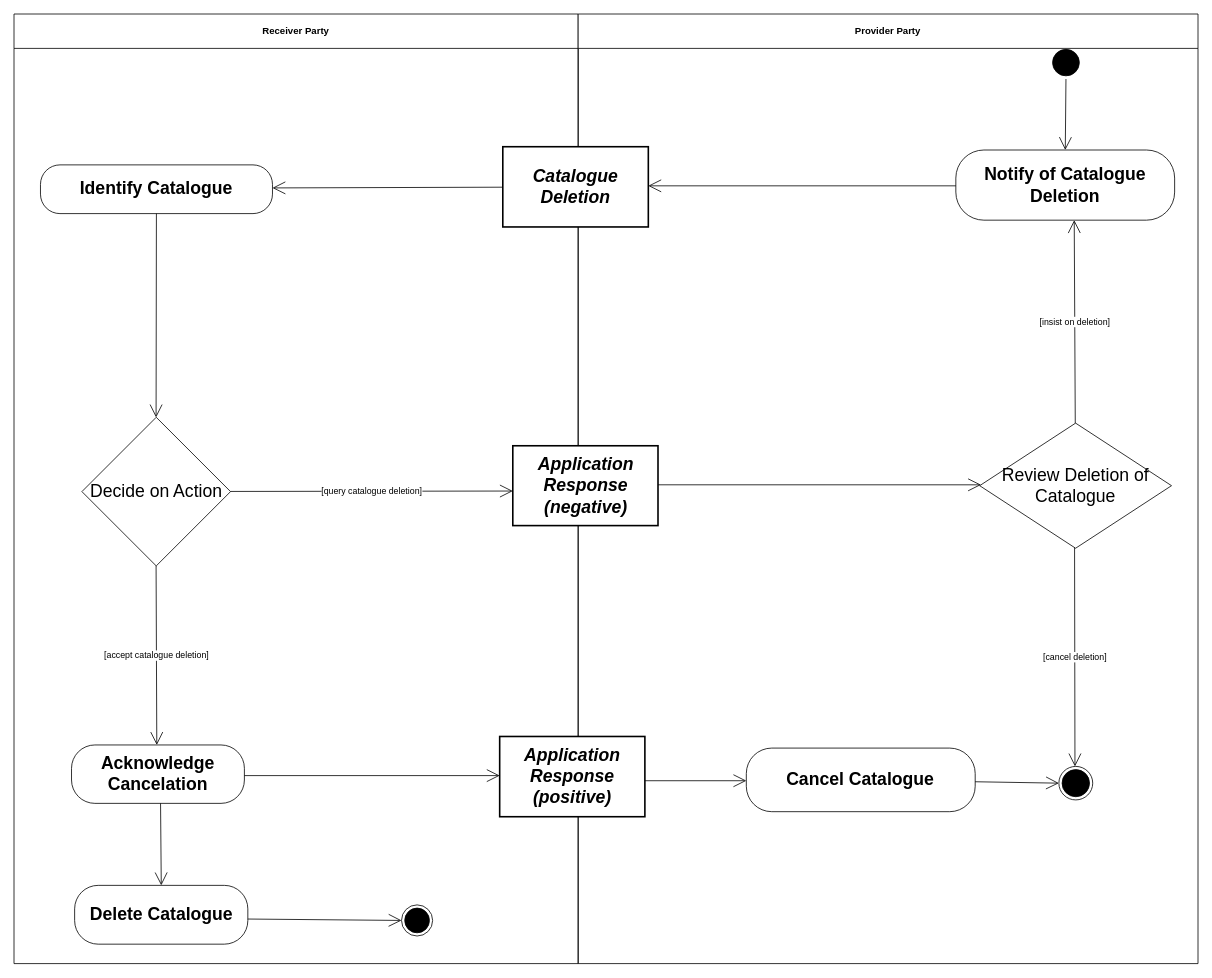
The draw.io diagram diagrams/UBL-2.0-DeleteCatalogueProcess/UBL-2.0-DeleteCatalogueProcess.drawio in kduvekot/ubl-work-on-svg-images, before the edit. Source tidied: cells renumbered, new cells numbered last; positions are measured from the earlier drawing's top-left corner, leaving out a move shared by most shapes. Both pictures are drawn from the tidied source at 80%, with x=0, y=0 at pixel (14, 14).
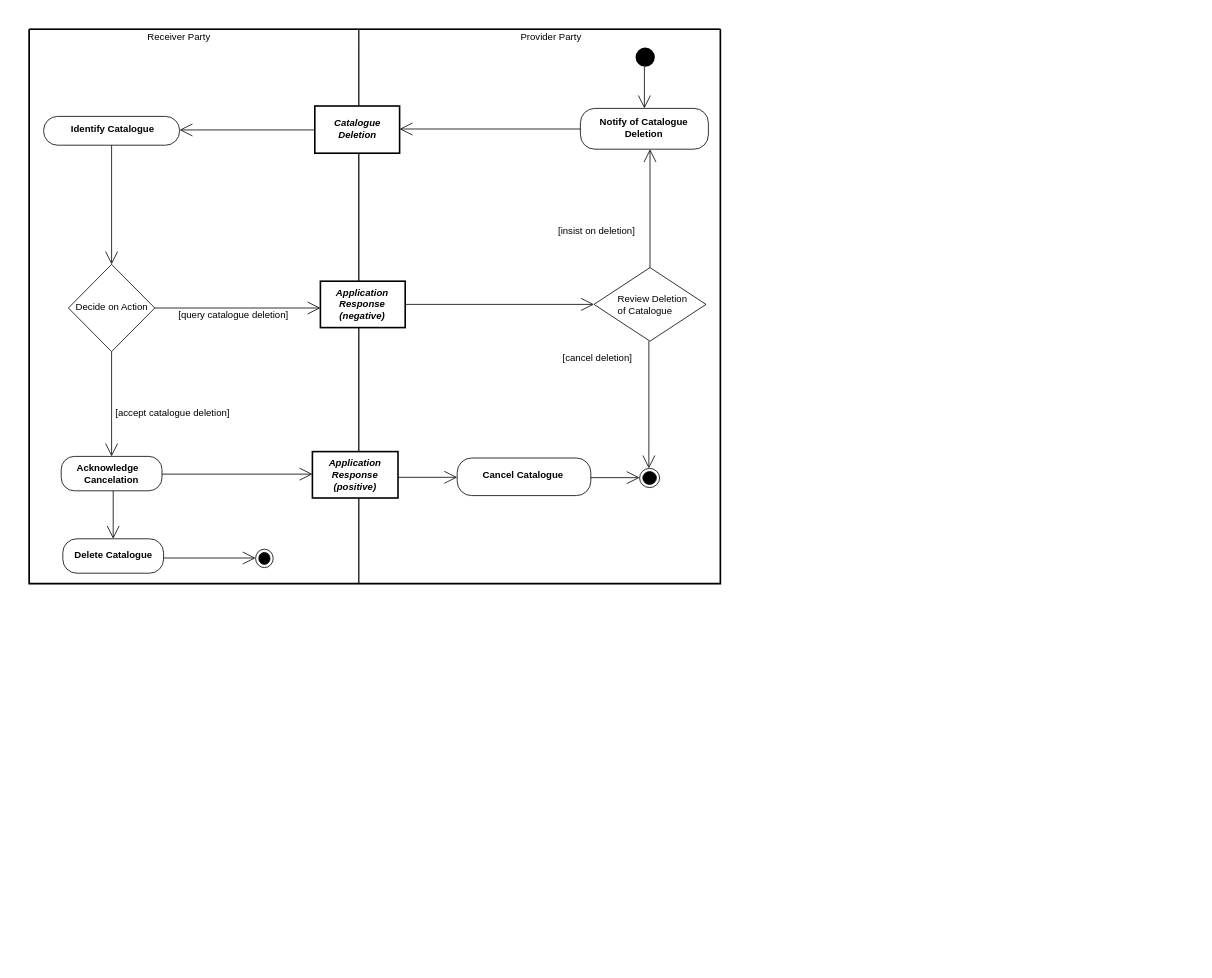
Above is the later version.

Change to the diagram source:
```diff
@@
+    <mxCell id="31" style="swimlane;html=1;startSize=0;whiteSpace=wrap;fillColor=none;strokeWidth=2;" parent="1" vertex="1">
+      <mxGeometry x="19" y="19" width="864" height="693" as="geometry" />
+    </mxCell>
-    <mxCell id="2" value="Receiver Party" style="swimlane;whiteSpace=wrap;html=1;startSize=43;" parent="1" vertex="1">
-      <mxGeometry width="705.2" height="1187" as="geometry" />
+    <mxCell id="2" value="Receiver Party" style="swimlane;horizontal=1;startSize=20;swimlaneLine=0;html=1;fillColor=none;fontSize=12;fontStyle=0;spacing=0;spacingRight=38;" parent="31" vertex="1">
+      <mxGeometry width="412" height="693" as="geometry" />
     </mxCell>
-    <mxCell id="3" value="Provider Party" style="swimlane;whiteSpace=wrap;html=1;startSize=43;" parent="1" vertex="1">
-      <mxGeometry x="705.2" width="774.8" height="1187" as="geometry" />
+    <mxCell id="3" value="Provider Party" style="swimlane;horizontal=1;startSize=20;swimlaneLine=0;html=1;fillColor=none;fontSize=12;fontStyle=0;spacing=0;spacingLeft=28;" parent="31" vertex="1">
+      <mxGeometry x="412" width="452" height="693" as="geometry" />
     </mxCell>
-    <mxCell id="4" style="ellipse;html=1;shape=startState;fillColor=#000000;strokeColor=#000000;fontFamily=Helvetica;fontSize=22;" parent="1" vertex="1">
-      <mxGeometry x="1294.2" y="40.2" width="41.5" height="41.1" as="geometry" />
+    <mxCell id="4" style="ellipse;shape=startState;fillColor=#000000;strokeColor=none;html=1;" parent="3" vertex="1">
+      <mxGeometry x="342" y="19" width="32" height="32" as="geometry" />
     </mxCell>
-    <mxCell id="5" value="Catalogue Deletion" style="rounded=0;whiteSpace=wrap;html=1;fontStyle=3;strokeWidth=2;fontFamily=Helvetica;fontSize=22;" parent="1" vertex="1">
-      <mxGeometry x="611" y="165.9" width="181.9" height="100.3" as="geometry" />
+    <mxCell id="5" value="Catalogue&lt;br&gt;Deletion" style="rounded=0;html=1;whiteSpace=nowrap;fontSize=12;fontStyle=3;align=center;verticalAlign=middle;spacing=0;spacingBottom=2;strokeWidth=2;" parent="3" vertex="1">
+      <mxGeometry x="-55" y="96" width="106" height="59" as="geometry" />
     </mxCell>
-    <mxCell id="6" value="Notify of Catalogue Deletion" style="rounded=1;arcSize=40;whiteSpace=wrap;html=1;fontStyle=1;fontFamily=Helvetica;fontSize=22;" parent="1" vertex="1">
-      <mxGeometry x="1177.3" y="170" width="273.5" height="87.7" as="geometry" />
+    <mxCell id="6" value="Notify of Catalogue&lt;br&gt;Deletion" style="rounded=1;absoluteArcSize=1;arcSize=36;html=1;whiteSpace=nowrap;fontSize=12;fontStyle=1;align=center;verticalAlign=middle;spacing=0;spacingRight=2;spacingBottom=4;" parent="3" vertex="1">
+      <mxGeometry x="277" y="99" width="160" height="51" as="geometry" />
     </mxCell>
-    <mxCell id="7" value="Identify Catalogue" style="rounded=1;arcSize=40;whiteSpace=wrap;html=1;fontStyle=1;fontFamily=Helvetica;fontSize=22;" parent="1" vertex="1">
-      <mxGeometry x="33.1" y="188.6" width="290" height="60.9" as="geometry" />
+    <mxCell id="7" value="Identify Catalogue" style="rounded=1;absoluteArcSize=1;arcSize=35;html=1;whiteSpace=nowrap;fontSize=12;fontStyle=1;align=center;verticalAlign=middle;spacing=0;spacingLeft=1;spacingBottom=4;" parent="2" vertex="1">
+      <mxGeometry x="18" y="109" width="170" height="36" as="geometry" />
     </mxCell>
-    <mxCell id="8" value="Decide on Action" style="rhombus;whiteSpace=wrap;html=1;fontFamily=Helvetica;fontSize=22;" parent="1" vertex="1">
-      <mxGeometry x="84.9" y="504.1" width="185.8" height="185.8" as="geometry" />
+    <mxCell id="8" value="Decide on Action" style="rhombus;html=1;whiteSpace=nowrap;fontSize=12;fontStyle=0;align=center;verticalAlign=middle;spacing=0;spacingBottom=3;" parent="2" vertex="1">
+      <mxGeometry x="49" y="294" width="108" height="109" as="geometry" />
     </mxCell>
-    <mxCell id="9" value="Review Deletion of Catalogue" style="rhombus;whiteSpace=wrap;html=1;fontFamily=Helvetica;fontSize=22;" parent="1" vertex="1">
-      <mxGeometry x="1207.1" y="511.4" width="239.8" height="156.4" as="geometry" />
+    <mxCell id="9" value="Review Deletion&lt;br&gt;of Catalogue" style="rhombus;html=1;whiteSpace=nowrap;fontSize=12;fontStyle=0;align=left;verticalAlign=middle;spacing=0;spacingLeft=30;spacingBottom=1;" parent="3" vertex="1">
+      <mxGeometry x="294" y="298" width="140" height="92" as="geometry" />
     </mxCell>
-    <mxCell id="10" value="Application Response (negative)" style="rounded=0;whiteSpace=wrap;html=1;fontStyle=3;strokeWidth=2;fontFamily=Helvetica;fontSize=22;" parent="1" vertex="1">
-      <mxGeometry x="623.5" y="539.7" width="181.5" height="99.8" as="geometry" />
+    <mxCell id="10" value="Application&lt;br&gt;Response&lt;br&gt;(negative)" style="rounded=0;html=1;whiteSpace=nowrap;fontSize=12;fontStyle=3;align=center;verticalAlign=middle;spacing=0;spacingRight=2;strokeWidth=2;" parent="3" vertex="1">
+      <mxGeometry x="-48" y="315" width="106" height="58" as="geometry" />
     </mxCell>
-    <mxCell id="11" value="Application Response (positive)" style="rounded=0;whiteSpace=wrap;html=1;fontStyle=3;strokeWidth=2;fontFamily=Helvetica;fontSize=22;" parent="1" vertex="1">
-      <mxGeometry x="607.1" y="903.1" width="181.5" height="100.3" as="geometry" />
+    <mxCell id="11" value="Application&lt;br&gt;Response&lt;br&gt;(positive)" style="rounded=0;html=1;whiteSpace=nowrap;fontSize=12;fontStyle=3;align=center;verticalAlign=middle;spacing=0;spacingRight=2;spacingBottom=1;strokeWidth=2;" parent="3" vertex="1">
+      <mxGeometry x="-58" y="528" width="107" height="58" as="geometry" />
     </mxCell>
-    <mxCell id="12" value="Acknowledge Cancelation" style="rounded=1;arcSize=40;whiteSpace=wrap;html=1;fontStyle=1;fontFamily=Helvetica;fontSize=22;" parent="1" vertex="1">
-      <mxGeometry x="71.9" y="913.7" width="216.1" height="73" as="geometry" />
+    <mxCell id="12" value="Acknowledge&lt;br&gt;Cancelation" style="rounded=1;absoluteArcSize=1;arcSize=33;html=1;whiteSpace=nowrap;fontSize=12;fontStyle=1;align=right;verticalAlign=middle;spacing=0;spacingRight=30;" parent="2" vertex="1">
+      <mxGeometry x="40" y="534" width="126" height="43" as="geometry" />
     </mxCell>
-    <mxCell id="13" value="Cancel Catalogue" style="rounded=1;arcSize=40;whiteSpace=wrap;html=1;fontStyle=1;fontFamily=Helvetica;fontSize=22;" parent="1" vertex="1">
-      <mxGeometry x="915.4" y="917.6" width="286.1" height="79.5" as="geometry" />
+    <mxCell id="13" value="Cancel Catalogue" style="rounded=1;absoluteArcSize=1;arcSize=36;html=1;whiteSpace=nowrap;fontSize=12;fontStyle=1;align=center;verticalAlign=middle;spacing=0;spacingRight=3;spacingBottom=4;" parent="3" vertex="1">
+      <mxGeometry x="123" y="536" width="167" height="47" as="geometry" />
     </mxCell>
-    <mxCell id="14" style="ellipse;html=1;shape=endState;fillColor=#000000;strokeColor=#000000;fontFamily=Helvetica;fontSize=22;" parent="1" vertex="1">
-      <mxGeometry x="1306.1" y="940.5" width="42.3" height="41.9" as="geometry" />
+    <mxCell id="14" style="ellipse;shape=endState;fillColor=#000000;html=1;" parent="3" vertex="1">
+      <mxGeometry x="351" y="549" width="25" height="24" as="geometry" />
     </mxCell>
-    <mxCell id="15" value="Delete Catalogue" style="rounded=1;arcSize=40;whiteSpace=wrap;html=1;fontStyle=1;fontFamily=Helvetica;fontSize=22;" parent="1" vertex="1">
-      <mxGeometry x="75.8" y="1089.2" width="216.5" height="73.5" as="geometry" />
+    <mxCell id="15" value="Delete Catalogue" style="rounded=1;absoluteArcSize=1;arcSize=35;html=1;whiteSpace=nowrap;fontSize=12;fontStyle=1;align=center;verticalAlign=middle;spacing=0;spacingRight=1;spacingBottom=2;" parent="2" vertex="1">
+      <mxGeometry x="42" y="637" width="126" height="43" as="geometry" />
     </mxCell>
-    <mxCell id="16" style="ellipse;html=1;shape=endState;fillColor=#000000;strokeColor=#000000;fontFamily=Helvetica;fontSize=22;" parent="1" vertex="1">
-      <mxGeometry x="484.4" y="1113.6" width="38.9" height="38.9" as="geometry" />
+    <mxCell id="16" style="ellipse;shape=endState;fillColor=#000000;html=1;" parent="2" vertex="1">
+      <mxGeometry x="283" y="650" width="22" height="23" as="geometry" />
     </mxCell>
-    <mxCell id="17" style="edgeStyle=none;rounded=0;html=1;endArrow=open;endFill=0;endSize=14;exitX=0.4795;exitY=1.0;entryX=0.5002;entryY=0.0;" parent="1" edge="1" source="4" target="6">
+    <mxCell id="17" style="edgeStyle=none;rounded=0;html=1;endArrow=open;endFill=0;endSize=14;exitPerimeter=0;entryX=0.5;entryY=0;entryPerimeter=0;exitX=0.46875;exitY=0.875;" parent="3" edge="1" source="4" target="6">
       <mxGeometry relative="1" as="geometry" />
     </mxCell>
-    <mxCell id="18" style="edgeStyle=none;rounded=0;html=1;endArrow=open;endFill=0;endSize=14;exitX=0.0;exitY=0.5108;entryX=1.0;entryY=0.4875;" parent="1" edge="1" source="6" target="5">
+    <mxCell id="18" style="edgeStyle=none;rounded=0;html=1;endArrow=open;endFill=0;endSize=14;exitPerimeter=0;entryX=1;entryY=0.4872;entryPerimeter=0;exitX=0;exitY=0.5048;" parent="3" edge="1" source="6" target="5">
       <mxGeometry relative="1" as="geometry" />
     </mxCell>
-    <mxCell id="19" style="edgeStyle=none;rounded=0;html=1;endArrow=open;endFill=0;endSize=14;exitX=0.0;exitY=0.5045;entryX=1.0;entryY=0.4729;" parent="1" edge="1" source="5" target="7">
+    <mxCell id="19" style="edgeStyle=none;rounded=0;html=1;endArrow=open;endFill=0;endSize=14;exitPerimeter=0;entryX=1;entryY=0.4706;entryPerimeter=0;exitX=0;exitY=0.507485;" parent="31" edge="1" source="5" target="7">
       <mxGeometry relative="1" as="geometry" />
     </mxCell>
-    <mxCell id="20" style="edgeStyle=none;rounded=0;html=1;endArrow=open;endFill=0;endSize=14;exitX=0.4997;exitY=1.0;entryX=0.4989;entryY=0.0;" parent="1" edge="1" source="7" target="8">
+    <mxCell id="20" style="edgeStyle=none;rounded=0;html=1;endArrow=open;endFill=0;endSize=14;exitX=0.5;exitY=1;exitPerimeter=0;entryX=0.5;entryY=0;entryPerimeter=0;" parent="2" edge="1" source="7" target="8">
       <mxGeometry relative="1" as="geometry" />
     </mxCell>
-    <mxCell id="21" value="[insist on deletion]" style="edgeStyle=none;rounded=0;html=1;endArrow=open;endFill=0;endSize=14;exitX=0.4983;exitY=0.0;entryX=0.5411;entryY=1.0;" parent="1" edge="1" source="9" target="6">
-      <mxGeometry relative="1" as="geometry" />
+    <mxCell id="21" value="[insist on deletion]" style="edgeStyle=none;rounded=0;html=1;endArrow=open;endFill=0;endSize=14;exitX=0.5;exitY=0;exitPerimeter=0;entryPerimeter=0;fontSize=12;fontStyle=0;align=center;verticalAlign=middle;labelBackgroundColor=none;entryX=0.54375;entryY=1;" parent="3" edge="1" source="9" target="6">
+      <mxGeometry x="-0.39" relative="1" as="geometry">
+        <mxPoint x="-67" as="offset" />
+      </mxGeometry>
     </mxCell>
-    <mxCell id="22" style="edgeStyle=none;rounded=0;html=1;endArrow=open;endFill=0;endSize=14;exitX=1.0;exitY=0.489;entryX=0.0;entryY=0.493;" parent="1" edge="1" source="10" target="9">
+    <mxCell id="22" style="edgeStyle=none;rounded=0;html=1;endArrow=open;endFill=0;endSize=14;exitX=1;exitY=0.5;exitPerimeter=0;entryX=0;entryY=0.5;entryPerimeter=0;" parent="3" edge="1" source="10" target="9">
       <mxGeometry relative="1" as="geometry" />
     </mxCell>
-    <mxCell id="23" value="[query catalogue deletion]" style="edgeStyle=none;rounded=0;html=1;endArrow=open;endFill=0;endSize=14;exitX=1.0;exitY=0.4989;entryX=0.0;entryY=0.5671;" parent="1" edge="1" source="8" target="10">
-      <mxGeometry relative="1" as="geometry" />
+    <mxCell id="23" value="[query catalogue deletion]" style="edgeStyle=none;rounded=0;html=1;endArrow=open;endFill=0;endSize=14;exitX=1;exitY=0.5;exitPerimeter=0;entryPerimeter=0;fontSize=12;fontStyle=0;align=center;verticalAlign=middle;labelBackgroundColor=none;entryX=0;entryY=0.577586;" parent="31" edge="1" source="8" target="10">
+      <mxGeometry x="-0.05" relative="1" as="geometry">
+        <mxPoint y="10" as="offset" />
+      </mxGeometry>
     </mxCell>
-    <mxCell id="24" value="[cancel deletion]" style="edgeStyle=none;rounded=0;html=1;endArrow=open;endFill=0;endSize=14;exitX=0.4946;exitY=1.0;entryX=0.4634;entryY=0.0;" parent="1" edge="1" source="9" target="14">
-      <mxGeometry relative="1" as="geometry" />
+    <mxCell id="24" value="[cancel deletion]" style="edgeStyle=none;rounded=0;html=1;endArrow=open;endFill=0;endSize=14;exitPerimeter=0;entryX=0.4637;entryY=0;entryPerimeter=0;fontSize=12;fontStyle=0;align=center;verticalAlign=middle;labelBackgroundColor=none;exitX=0.489946;exitY=1;" parent="3" edge="1" source="9" target="14">
+      <mxGeometry x="-0.73" relative="1" as="geometry">
+        <mxPoint x="-65" as="offset" />
+      </mxGeometry>
     </mxCell>
-    <mxCell id="25" value="[accept catalogue deletion]" style="edgeStyle=none;rounded=0;html=1;endArrow=open;endFill=0;endSize=14;exitX=0.4989;exitY=1.0;entryX=0.4933;entryY=0.0;" parent="1" edge="1" source="8" target="12">
-      <mxGeometry relative="1" as="geometry" />
+    <mxCell id="25" value="[accept catalogue deletion]" style="edgeStyle=none;rounded=0;html=1;endArrow=open;endFill=0;endSize=14;exitX=0.5;exitY=1;exitPerimeter=0;entryX=0.5;entryY=0;entryPerimeter=0;fontSize=12;fontStyle=0;align=center;verticalAlign=middle;labelBackgroundColor=none;" parent="2" edge="1" source="8" target="12">
+      <mxGeometry x="0.17" relative="1" as="geometry">
+        <mxPoint x="76" as="offset" />
+      </mxGeometry>
     </mxCell>
-    <mxCell id="26" style="edgeStyle=none;rounded=0;html=1;endArrow=open;endFill=0;endSize=14;exitX=1.0;exitY=0.5247;entryX=0.0;entryY=0.4875;" parent="1" edge="1" source="12" target="11">
+    <mxCell id="26" style="edgeStyle=none;rounded=0;html=1;endArrow=open;endFill=0;endSize=14;exitPerimeter=0;entryX=0;entryY=0.4855;entryPerimeter=0;exitX=1;exitY=0.515326;" parent="31" edge="1" source="12" target="11">
       <mxGeometry relative="1" as="geometry" />
     </mxCell>
-    <mxCell id="27" style="edgeStyle=none;rounded=0;html=1;endArrow=open;endFill=0;endSize=14;exitX=1.0;exitY=0.5513;entryX=0.0;entryY=0.5132;" parent="1" edge="1" source="11" target="13">
+    <mxCell id="27" style="edgeStyle=none;rounded=0;html=1;endArrow=open;endFill=0;endSize=14;exitPerimeter=0;entryX=0;entryY=0.514;entryPerimeter=0;exitX=1;exitY=0.554448;" parent="3" edge="1" source="11" target="13">
       <mxGeometry relative="1" as="geometry" />
     </mxCell>
-    <mxCell id="28" style="edgeStyle=none;rounded=0;html=1;endArrow=open;endFill=0;endSize=14;exitX=1.0;exitY=0.5296;entryX=0.0;entryY=0.4797;" parent="1" edge="1" source="13" target="14">
+    <mxCell id="28" style="edgeStyle=none;rounded=0;html=1;endArrow=open;endFill=0;endSize=14;exitPerimeter=0;entryX=0;entryY=0.4816;entryPerimeter=0;exitX=1;exitY=0.522519;" parent="3" edge="1" source="13" target="14">
       <mxGeometry relative="1" as="geometry" />
     </mxCell>
-    <mxCell id="29" style="edgeStyle=none;rounded=0;html=1;endArrow=open;endFill=0;endSize=14;exitX=0.515;exitY=1.0;entryX=0.5002;entryY=0.0;" parent="1" edge="1" source="12" target="15">
+    <mxCell id="29" style="edgeStyle=none;rounded=0;html=1;endArrow=open;endFill=0;endSize=14;exitPerimeter=0;entryX=0.5;entryY=0;entryPerimeter=0;exitX=0.515873;exitY=1;" parent="2" edge="1" source="12" target="15">
       <mxGeometry relative="1" as="geometry" />
     </mxCell>
-    <mxCell id="30" style="edgeStyle=none;rounded=0;html=1;endArrow=open;endFill=0;endSize=14;exitX=1.0;exitY=0.5728;entryX=0.0;entryY=0.4756;" parent="1" edge="1" source="15" target="16">
+    <mxCell id="30" style="edgeStyle=none;rounded=0;html=1;endArrow=open;endFill=0;endSize=14;exitPerimeter=0;entryX=0;entryY=0.4781;entryPerimeter=0;exitX=1;exitY=0.558053;" parent="2" edge="1" source="15" target="16">
       <mxGeometry relative="1" as="geometry" />
     </mxCell>
```
